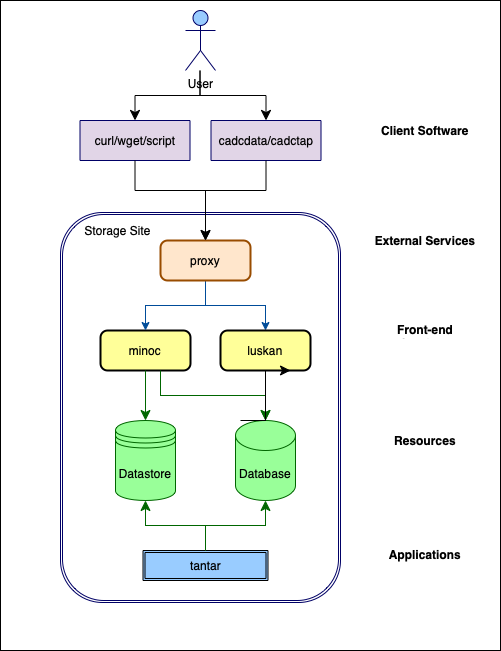
opencadc/opencadc.github.io keeps this draw.io diagram as storage-inventory/ops/SingleSite.drawio.png. Above is the earlier version. Source tidied: cells renumbered, new cells last; positions are measured from the earlier drawing's top-left corner, leaving out a move shared by most shapes.
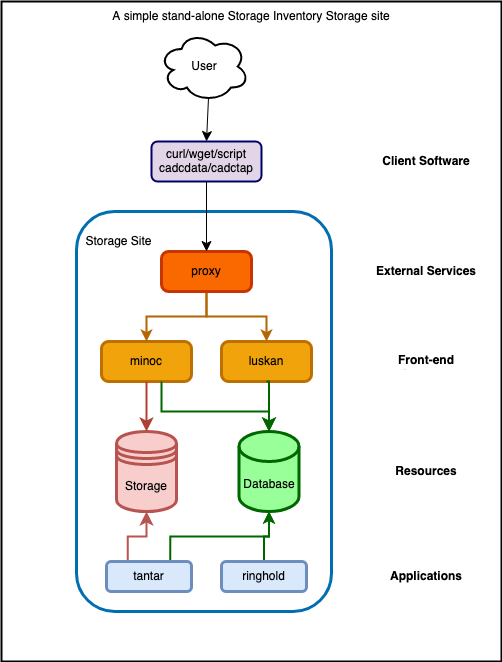
After the commit.

Diff of the diagram source:
```diff
@@ -2,58 +2,52 @@
   <root>
     <mxCell id="0" />
     <mxCell id="1" parent="0" />
-    <mxCell id="2" style="rounded=0;whiteSpace=wrap;html=1;" parent="1" vertex="1">
-      <mxGeometry width="500" height="650" as="geometry" />
+    <mxCell id="2" style="rounded=0;whiteSpace=wrap;html=1;strokeWidth=2;" parent="1" vertex="1">
+      <mxGeometry y="-10" width="500" height="660" as="geometry" />
     </mxCell>
-    <mxCell id="3" style="shape=ext;double=1;rounded=1;whiteSpace=wrap;html=1;strokeColor=#000066;" parent="1" vertex="1">
-      <mxGeometry x="60" y="212" width="280" height="390" as="geometry" />
-    </mxCell>
+    <mxCell id="31" style="rounded=1;whiteSpace=wrap;html=1;strokeWidth=3;fillColor=none;fontColor=#ffffff;strokeColor=#006EAF;" parent="1" vertex="1">
+      <mxGeometry x="75" y="200" width="255" height="400" as="geometry" />
+    </mxCell>
-    <mxCell id="4" value="Database" style="shape=cylinder3;whiteSpace=wrap;html=1;boundedLbl=1;backgroundOutline=1;size=15;strokeColor=#006600;fillColor=#99FF99;" parent="1" vertex="1">
-      <mxGeometry x="235" y="420" width="60" height="80" as="geometry" />
+    <mxCell id="4" value="Database" style="shape=cylinder3;whiteSpace=wrap;html=1;boundedLbl=1;backgroundOutline=1;size=15;strokeColor=#006600;fillColor=#99FF99;strokeWidth=3;" parent="1" vertex="1">
+      <mxGeometry x="237.5" y="420" width="60" height="80" as="geometry" />
     </mxCell>
-    <mxCell id="5" value="Datastore" style="shape=datastore;whiteSpace=wrap;html=1;strokeColor=#006600;fillColor=#99FF99;" parent="1" vertex="1">
+    <mxCell id="5" value="Storage" style="shape=datastore;whiteSpace=wrap;html=1;strokeColor=#b85450;fillColor=#f8cecc;strokeWidth=3;" parent="1" vertex="1">
       <mxGeometry x="115" y="420" width="60" height="80" as="geometry" />
     </mxCell>
-    <mxCell id="6" value="minoc" style="rounded=1;whiteSpace=wrap;html=1;absoluteArcSize=1;arcSize=14;strokeWidth=2;fillColor=#FFFF99;" parent="1" vertex="1">
+    <mxCell id="6" value="minoc" style="rounded=1;whiteSpace=wrap;html=1;absoluteArcSize=1;arcSize=14;strokeWidth=3;fillColor=#f0a30a;fontColor=#000000;strokeColor=#BD7000;" parent="1" vertex="1">
       <mxGeometry x="100" y="330" width="90" height="40" as="geometry" />
     </mxCell>
-    <mxCell id="7" style="edgeStyle=orthogonalEdgeStyle;rounded=0;jettySize=auto;html=1;exitX=0.5;exitY=1;exitDx=0;exitDy=0;entryX=0.5;entryY=0;entryDx=0;entryDy=0;strokeColor=#004C99;" parent="1" edge="1" source="9" target="6">
+    <mxCell id="7" style="edgeStyle=orthogonalEdgeStyle;rounded=0;jettySize=auto;html=1;exitX=0.5;exitY=1;exitDx=0;exitDy=0;entryX=0.5;entryY=0;entryDx=0;entryDy=0;strokeColor=#b46504;strokeWidth=2;fillColor=#fad7ac;" parent="1" edge="1" source="9" target="6">
       <mxGeometry relative="1" as="geometry" />
     </mxCell>
-    <mxCell id="8" style="edgeStyle=orthogonalEdgeStyle;rounded=0;jettySize=auto;html=1;exitX=0.5;exitY=1;exitDx=0;exitDy=0;entryX=0.5;entryY=0;entryDx=0;entryDy=0;strokeColor=#004C99;" parent="1" edge="1" source="9" target="10">
+    <mxCell id="8" style="edgeStyle=orthogonalEdgeStyle;rounded=0;jettySize=auto;html=1;exitX=0.5;exitY=1;exitDx=0;exitDy=0;entryX=0.5;entryY=0;entryDx=0;entryDy=0;strokeColor=#b46504;fillColor=#fad7ac;strokeWidth=2;" parent="1" edge="1" source="9" target="10">
       <mxGeometry relative="1" as="geometry" />
     </mxCell>
-    <mxCell id="9" value="proxy" style="rounded=1;whiteSpace=wrap;html=1;absoluteArcSize=1;arcSize=14;strokeWidth=2;fillColor=#FFE6CC;strokeColor=#994C00;" parent="1" vertex="1">
+    <mxCell id="9" value="proxy" style="rounded=1;whiteSpace=wrap;html=1;absoluteArcSize=1;arcSize=14;strokeWidth=3;fillColor=#fa6800;strokeColor=#C73500;fontColor=#000000;" parent="1" vertex="1">
       <mxGeometry x="160" y="240" width="90" height="40" as="geometry" />
     </mxCell>
-    <mxCell id="10" value="luskan" style="rounded=1;whiteSpace=wrap;html=1;absoluteArcSize=1;arcSize=14;strokeWidth=2;fillColor=#FFFF99;" parent="1" vertex="1">
+    <mxCell id="10" value="luskan" style="rounded=1;whiteSpace=wrap;html=1;absoluteArcSize=1;arcSize=14;strokeWidth=3;fillColor=#f0a30a;strokeColor=#BD7000;fontColor=#000000;glass=0;shadow=0;sketch=0;" parent="1" vertex="1">
       <mxGeometry x="220" y="330" width="90" height="40" as="geometry" />
     </mxCell>
-    <mxCell id="11" value="tantar" style="shape=ext;double=1;rounded=0;whiteSpace=wrap;html=1;fillColor=#99CCFF;" parent="1" vertex="1">
-      <mxGeometry x="142.5" y="550" width="125" height="30" as="geometry" />
-    </mxCell>
-    <mxCell id="12" style="edgeStyle=elbowEdgeStyle;elbow=vertical;endArrow=classic;html=1;curved=0;rounded=0;endSize=8;startSize=8;exitX=0.5;exitY=0;exitDx=0;exitDy=0;entryX=0.5;entryY=1;entryDx=0;entryDy=0;entryPerimeter=0;strokeColor=#006600;" parent="1" edge="1" source="11" target="4">
-      <mxGeometry relative="1" as="geometry" />
-    </mxCell>
-    <mxCell id="13" style="edgeStyle=elbowEdgeStyle;elbow=vertical;endArrow=classic;html=1;curved=0;rounded=0;endSize=8;startSize=8;exitX=0.5;exitY=0;exitDx=0;exitDy=0;strokeColor=#006600;" parent="1" edge="1" source="11" target="5">
+    <mxCell id="13" style="edgeStyle=elbowEdgeStyle;elbow=vertical;endArrow=classic;html=1;curved=0;rounded=0;endSize=8;startSize=8;exitX=0.25;exitY=0;exitDx=0;exitDy=0;strokeColor=#b85450;fillColor=#f8cecc;strokeWidth=2;" parent="1" edge="1" source="11" target="5">
       <mxGeometry relative="1" as="geometry" />
     </mxCell>
-    <mxCell id="14" style="edgeStyle=segmentEdgeStyle;endArrow=classic;html=1;curved=0;rounded=0;endSize=8;startSize=8;exitX=0.5;exitY=1;exitDx=0;exitDy=0;entryX=0.5;entryY=0;entryDx=0;entryDy=0;entryPerimeter=0;strokeColor=#006600;" parent="1" edge="1" source="10" target="4">
+    <mxCell id="14" style="edgeStyle=segmentEdgeStyle;endArrow=classic;html=1;curved=0;rounded=0;endSize=8;startSize=8;exitX=0.5;exitY=1;exitDx=0;exitDy=0;entryX=0.5;entryY=0;entryDx=0;entryDy=0;entryPerimeter=0;strokeColor=#006600;strokeWidth=2;" parent="1" edge="1" source="10" target="4">
       <mxGeometry relative="1" as="geometry" />
     </mxCell>
-    <mxCell id="15" style="edgeStyle=segmentEdgeStyle;endArrow=classic;html=1;curved=0;rounded=0;endSize=8;startSize=8;exitX=0.5;exitY=1;exitDx=0;exitDy=0;entryX=0.5;entryY=0;entryDx=0;entryDy=0;strokeColor=#006600;" parent="1" edge="1" source="6" target="5">
+    <mxCell id="15" style="edgeStyle=segmentEdgeStyle;endArrow=classic;html=1;curved=0;rounded=0;endSize=8;startSize=8;exitX=0.5;exitY=1;exitDx=0;exitDy=0;entryX=0.5;entryY=0;entryDx=0;entryDy=0;strokeColor=#ae4132;strokeWidth=2;fillColor=#fad9d5;" parent="1" edge="1" source="6" target="5">
       <mxGeometry relative="1" as="geometry" />
     </mxCell>
-    <mxCell id="16" style="edgeStyle=elbowEdgeStyle;elbow=vertical;endArrow=classic;html=1;curved=0;rounded=0;endSize=8;startSize=8;entryX=0.5;entryY=0;entryDx=0;entryDy=0;entryPerimeter=0;strokeColor=#006600;" parent="1" edge="1" target="4">
+    <mxCell id="16" style="edgeStyle=elbowEdgeStyle;elbow=vertical;endArrow=classic;html=1;curved=0;rounded=0;endSize=8;startSize=8;entryX=0.5;entryY=0;entryDx=0;entryDy=0;entryPerimeter=0;strokeColor=#006600;strokeWidth=2;" parent="1" edge="1" target="4">
       <mxGeometry relative="1" as="geometry">
         <mxPoint x="160" y="370" as="sourcePoint" />
+        <Array as="points">
+          <mxPoint x="210" y="400" />
+        </Array>
       </mxGeometry>
     </mxCell>
-    <mxCell id="17" value="User" style="shape=umlActor;verticalLabelPosition=bottom;verticalAlign=top;html=1;outlineConnect=0;strokeColor=#000066;fillColor=#99CCFF;" parent="1" vertex="1">
-      <mxGeometry x="185" y="10" width="30" height="60" as="geometry" />
-    </mxCell>
-    <mxCell id="18" value="curl/wget/script" style="html=1;whiteSpace=wrap;strokeColor=#000066;fillColor=#E1D5E7;" parent="1" vertex="1">
-      <mxGeometry x="79.5" y="120" width="110" height="40" as="geometry" />
+    <mxCell id="18" value="&lt;div&gt;curl/wget/script&lt;/div&gt;cadcdata/cadctap" style="html=1;whiteSpace=wrap;strokeColor=#000066;fillColor=#E1D5E7;strokeWidth=2;rounded=1;" parent="1" vertex="1">
+      <mxGeometry x="150" y="130" width="110" height="40" as="geometry" />
     </mxCell>
     <mxCell id="19" style="edgeStyle=elbowEdgeStyle;elbow=vertical;endArrow=classic;html=1;curved=0;rounded=0;endSize=8;startSize=8;strokeColor=#000000;entryX=0.5;entryY=0;entryDx=0;entryDy=0;" parent="18" edge="1" target="9">
       <mxGeometry relative="1" as="geometry">
@@ -63,56 +57,32 @@
         </Array>
       </mxGeometry>
     </mxCell>
-    <mxCell id="20" value="cadcdata/cadctap" style="html=1;whiteSpace=wrap;strokeColor=#000066;fillColor=#E1D5E7;" parent="1" vertex="1">
-      <mxGeometry x="210.5" y="120" width="110" height="40" as="geometry" />
-    </mxCell>
-    <mxCell id="21" style="edgeStyle=elbowEdgeStyle;elbow=vertical;endArrow=classic;html=1;curved=0;rounded=0;endSize=8;startSize=8;strokeColor=#000000;" parent="1" edge="1">
-      <mxGeometry relative="1" as="geometry">
-        <mxPoint x="199.5" y="70" as="sourcePoint" />
-        <mxPoint x="134.5" y="120" as="targetPoint" />
-      </mxGeometry>
+    <mxCell id="21" style="elbow=vertical;endArrow=classic;html=1;rounded=0;endSize=8;startSize=8;strokeColor=#000000;entryX=0.5;entryY=0;entryDx=0;entryDy=0;exitX=0.55;exitY=0.95;exitDx=0;exitDy=0;exitPerimeter=0;" parent="1" edge="1" source="17" target="18">
+      <mxGeometry relative="1" as="geometry" />
     </mxCell>
-    <mxCell id="22" style="edgeStyle=elbowEdgeStyle;elbow=vertical;endArrow=classic;html=1;curved=0;rounded=0;endSize=8;startSize=8;strokeColor=#000000;entryX=0.5;entryY=0;entryDx=0;entryDy=0;" parent="1" edge="1" target="20">
-      <mxGeometry relative="1" as="geometry">
-        <mxPoint x="199.5" y="70" as="sourcePoint" />
-      </mxGeometry>
-    </mxCell>
-    <mxCell id="23" style="edgeStyle=elbowEdgeStyle;elbow=horizontal;endArrow=classic;html=1;curved=0;rounded=0;endSize=8;startSize=8;strokeColor=#000000;" parent="1" edge="1">
-      <mxGeometry relative="1" as="geometry">
-        <mxPoint x="240" y="420" as="sourcePoint" />
-        <mxPoint x="290" y="370" as="targetPoint" />
-      </mxGeometry>
-    </mxCell>
-    <mxCell id="24" style="edgeStyle=elbowEdgeStyle;elbow=vertical;endArrow=classic;html=1;curved=0;rounded=0;endSize=8;startSize=8;strokeColor=#000000;entryX=0.5;entryY=0;entryDx=0;entryDy=0;exitX=0.5;exitY=1;exitDx=0;exitDy=0;" parent="1" edge="1" source="20" target="9">
-      <mxGeometry relative="1" as="geometry">
-        <Array as="points">
-          <mxPoint x="240" y="190" />
-        </Array>
-      </mxGeometry>
-    </mxCell>
     <object id="25" label="Client Software" name="Variable" placeholders="1">
       <mxCell style="text;html=1;strokeColor=none;fillColor=none;align=center;verticalAlign=middle;whiteSpace=wrap;overflow=hidden;fontStyle=1;" parent="1" vertex="1">
-        <mxGeometry x="370" y="120" width="110" height="20" as="geometry" />
+        <mxGeometry x="370" y="140" width="110" height="20" as="geometry" />
       </mxCell>
     </object>
     <object id="26" label="External Services" name="Variable" placeholders="1">
       <mxCell style="text;html=1;strokeColor=none;fillColor=none;align=center;verticalAlign=middle;whiteSpace=wrap;overflow=hidden;fontStyle=1;" parent="1" vertex="1">
-        <mxGeometry x="370" y="230" width="110" height="20" as="geometry" />
+        <mxGeometry x="370" y="250" width="110" height="20" as="geometry" />
       </mxCell>
     </object>
     <object id="27" label="Front-end Services" name="Variable" placeholders="1">
       <mxCell style="text;html=1;strokeColor=none;fillColor=none;align=center;verticalAlign=middle;whiteSpace=wrap;overflow=hidden;fontStyle=1;" parent="1" vertex="1">
-        <mxGeometry x="370" y="320" width="110" height="20" as="geometry" />
+        <mxGeometry x="370" y="340" width="110" height="20" as="geometry" />
       </mxCell>
     </object>
     <object id="28" label="Resources" name="Variable" placeholders="1">
       <mxCell style="text;html=1;strokeColor=none;fillColor=none;align=center;verticalAlign=middle;whiteSpace=wrap;overflow=hidden;fontStyle=1;" parent="1" vertex="1">
-        <mxGeometry x="370" y="430" width="110" height="20" as="geometry" />
+        <mxGeometry x="370" y="450" width="110" height="20" as="geometry" />
       </mxCell>
     </object>
     <object id="29" label="Applications" name="Variable" placeholders="1">
       <mxCell style="text;html=1;strokeColor=none;fillColor=none;align=center;verticalAlign=middle;whiteSpace=wrap;overflow=hidden;fontStyle=1;" parent="1" vertex="1">
-        <mxGeometry x="370" y="544" width="110" height="20" as="geometry" />
+        <mxGeometry x="370" y="555" width="110" height="20" as="geometry" />
       </mxCell>
     </object>
     <object id="30" label="Storage Site" name="Variable" placeholders="1">
@@ -120,5 +90,23 @@
         <mxGeometry x="75" y="220" width="85" height="20" as="geometry" />
       </mxCell>
     </object>
+    <mxCell id="17" value="User" style="ellipse;shape=cloud;whiteSpace=wrap;html=1;strokeWidth=2;" parent="1" vertex="1">
+      <mxGeometry x="157.5" y="20" width="90" height="70" as="geometry" />
+    </mxCell>
+    <mxCell id="12" style="edgeStyle=orthogonalEdgeStyle;rounded=0;jettySize=auto;html=1;exitX=0.75;exitY=0;exitDx=0;exitDy=0;entryX=0.5;entryY=1;entryDx=0;entryDy=0;entryPerimeter=0;fillColor=#d5e8d4;strokeColor=#006600;strokeWidth=2;" parent="1" edge="1" source="11" target="4">
+      <mxGeometry relative="1" as="geometry" />
+    </mxCell>
+    <mxCell id="11" value="tantar" style="rounded=1;whiteSpace=wrap;html=1;strokeWidth=3;fillColor=#dae8fc;strokeColor=#6c8ebf;" parent="1" vertex="1">
+      <mxGeometry x="105" y="550" width="85" height="30" as="geometry" />
+    </mxCell>
+    <mxCell id="32" value="A simple stand-alone Storage Inventory Storage site" style="text;html=1;strokeColor=none;fillColor=none;align=center;verticalAlign=middle;whiteSpace=wrap;rounded=0;" parent="1" vertex="1">
+      <mxGeometry x="45" y="-10" width="410" height="30" as="geometry" />
+    </mxCell>
+    <mxCell id="33" style="edgeStyle=orthogonalEdgeStyle;rounded=0;jettySize=auto;html=1;exitX=0.5;exitY=0;exitDx=0;exitDy=0;entryX=0.5;entryY=1;entryDx=0;entryDy=0;entryPerimeter=0;fillColor=#d5e8d4;strokeColor=#006600;strokeWidth=2;" parent="1" edge="1" source="34" target="4">
+      <mxGeometry relative="1" as="geometry" />
+    </mxCell>
+    <mxCell id="34" value="ringhold" style="rounded=1;whiteSpace=wrap;html=1;strokeWidth=3;fillColor=#dae8fc;strokeColor=#6c8ebf;" parent="1" vertex="1">
+      <mxGeometry x="220" y="550" width="85" height="30" as="geometry" />
+    </mxCell>
   </root>
 </mxGraphModel>
```
